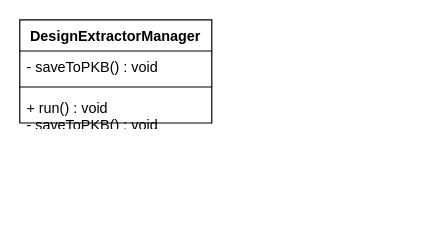
Earlier version of the draw.io diagram Untitled Diagram.drawio (ThreeSugar/hello_app). Source tidied: cells renumbered, new cells numbered last; positions are measured from the earlier drawing's top-left corner, leaving out a move shared by most shapes. Both pictures are drawn from the tidied source at 120%, with x=0, y=0 at pixel (19, 19).
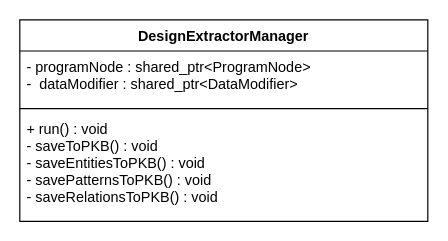
After the change.

Change to the diagram source:
```diff
@@
 <mxGraphModel>
   <root>
     <mxCell id="0" />
     <mxCell id="1" parent="0" />
     <mxCell id="2" value="DesignExtractorManager&#10;" style="swimlane;fontStyle=1;align=center;verticalAlign=top;horizontal=1;startSize=26;" parent="1" vertex="1">
-      <mxGeometry width="160" height="86" as="geometry" />
+      <mxGeometry width="340" height="168" as="geometry" />
     </mxCell>
-    <mxCell id="3" value="- saveToPKB() : void" style="text;strokeColor=none;fillColor=none;align=left;verticalAlign=top;spacingLeft=4;spacingRight=4;overflow=hidden;" parent="2" vertex="1">
-      <mxGeometry y="26" width="160" height="26" as="geometry" />
+    <mxCell id="3" value="- programNode : shared_ptr&lt;ProgramNode&gt;&#10;-  dataModifier : shared_ptr&lt;DataModifier&gt;" style="text;strokeColor=none;fillColor=none;align=left;verticalAlign=top;spacingLeft=4;spacingRight=4;overflow=hidden;" parent="2" vertex="1">
+      <mxGeometry y="26" width="340" height="44" as="geometry" />
     </mxCell>
     <mxCell id="4" style="line;strokeWidth=1;fillColor=none;align=left;verticalAlign=middle;spacingTop=-1;spacingLeft=3;spacingRight=3;labelPosition=right;strokeColor=inherit;" parent="2" vertex="1">
-      <mxGeometry y="52" width="160" height="8" as="geometry" />
+      <mxGeometry y="70" width="340" height="8" as="geometry" />
     </mxCell>
-    <mxCell id="5" value="+ run() : void&#10;- saveToPKB() : void" style="text;strokeColor=none;fillColor=none;align=left;verticalAlign=top;spacingLeft=4;spacingRight=4;overflow=hidden;" parent="2" vertex="1">
-      <mxGeometry y="60" width="160" height="26" as="geometry" />
+    <mxCell id="5" value="+ run() : void&#10;- saveToPKB() : void&#10;- saveEntitiesToPKB() : void&#10;- savePatternsToPKB() : void&#10;- saveRelationsToPKB() : void&#10;" style="text;strokeColor=none;fillColor=none;align=left;verticalAlign=top;spacingLeft=4;spacingRight=4;overflow=hidden;" parent="2" vertex="1">
+      <mxGeometry y="78" width="340" height="90" as="geometry" />
     </mxCell>
   </root>
 </mxGraphModel>
```
